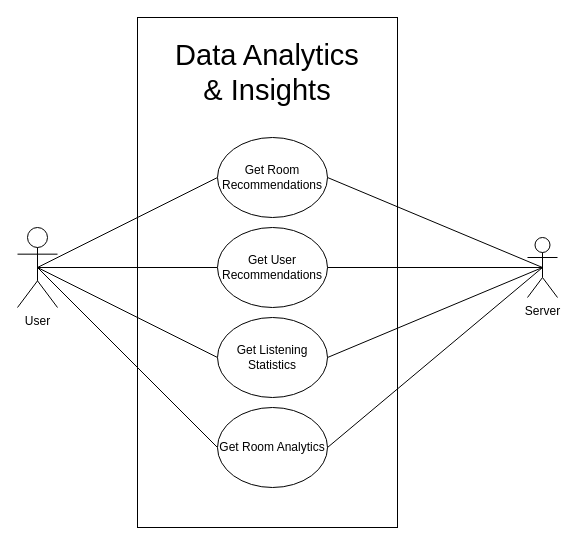
This is page "Data Analytics & Insights" (3 of 3) of documentation/UseCases.drawio from COS301-SE-2024/TuneIn, a draw.io file, before an edit. Source tidied: cells renumbered, new cells numbered last; positions are measured from the earlier drawing's top-left corner, leaving out a move shared by most shapes. Both pictures are drawn from the tidied source at 100%, with x=0, y=0 at pixel (17, 17).
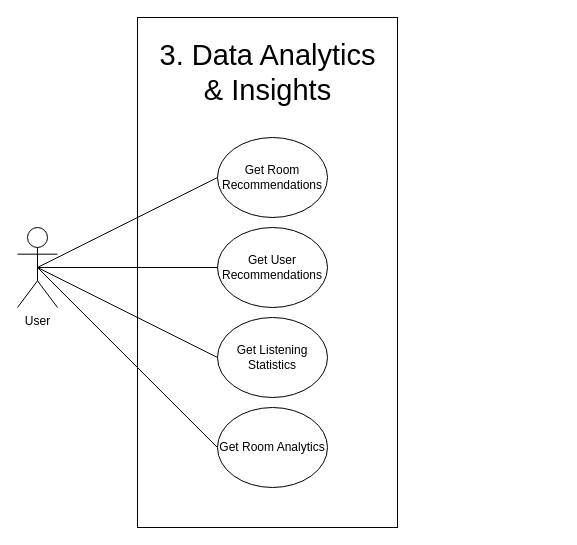
Above is the later version.

Diff of the diagram source:
```diff
@@
 <mxGraphModel>
   <root>
     <mxCell id="0" />
     <mxCell id="1" parent="0" />
     <mxCell id="2" style="rounded=0;whiteSpace=wrap;html=1;" parent="1" vertex="1">
       <mxGeometry x="120" width="260" height="510" as="geometry" />
     </mxCell>
-    <mxCell id="3" value="Data Analytics &amp;amp; Insights" style="text;html=1;align=center;verticalAlign=middle;whiteSpace=wrap;rounded=0;fontSize=29;" parent="1" vertex="1">
-      <mxGeometry x="145" y="10" width="210" height="90" as="geometry" />
+    <mxCell id="3" value="3. Data Analytics &amp;amp; Insights" style="text;html=1;align=center;verticalAlign=middle;whiteSpace=wrap;rounded=0;fontSize=29;" parent="1" vertex="1">
+      <mxGeometry x="137.5" y="10" width="225" height="90" as="geometry" />
     </mxCell>
     <mxCell id="4" style="rounded=0;jettySize=auto;html=1;exitX=0.5;exitY=0.5;exitDx=0;exitDy=0;exitPerimeter=0;entryX=0;entryY=0.5;entryDx=0;entryDy=0;endArrow=none;endFill=0;" parent="1" edge="1" source="8" target="11">
       <mxGeometry relative="1" as="geometry" />
     </mxCell>
     <mxCell id="5" style="rounded=0;jettySize=auto;html=1;exitX=0.5;exitY=0.5;exitDx=0;exitDy=0;exitPerimeter=0;entryX=0;entryY=0.5;entryDx=0;entryDy=0;endArrow=none;endFill=0;" parent="1" edge="1" source="8" target="12">
       <mxGeometry relative="1" as="geometry" />
     </mxCell>
     <mxCell id="6" style="rounded=0;jettySize=auto;html=1;exitX=0.5;exitY=0.5;exitDx=0;exitDy=0;exitPerimeter=0;entryX=0;entryY=0.5;entryDx=0;entryDy=0;endArrow=none;endFill=0;" parent="1" edge="1" source="8" target="10">
       <mxGeometry relative="1" as="geometry" />
     </mxCell>
     <mxCell id="7" style="rounded=0;jettySize=auto;html=1;exitX=0.5;exitY=0.5;exitDx=0;exitDy=0;exitPerimeter=0;entryX=0;entryY=0.5;entryDx=0;entryDy=0;endArrow=none;endFill=0;" parent="1" edge="1" source="8" target="9">
       <mxGeometry relative="1" as="geometry" />
     </mxCell>
     <mxCell id="8" value="User" style="shape=umlActor;verticalLabelPosition=bottom;verticalAlign=top;html=1;outlineConnect=0;" parent="1" vertex="1">
       <mxGeometry y="210" width="40" height="80" as="geometry" />
     </mxCell>
     <mxCell id="9" value="Get Room Analytics" style="ellipse;whiteSpace=wrap;html=1;" parent="1" vertex="1">
       <mxGeometry x="200" y="390" width="110" height="80" as="geometry" />
     </mxCell>
     <mxCell id="10" value="Get Listening Statistics" style="ellipse;whiteSpace=wrap;html=1;" parent="1" vertex="1">
       <mxGeometry x="200" y="300" width="110" height="80" as="geometry" />
     </mxCell>
     <mxCell id="11" value="Get User Recommendations" style="ellipse;whiteSpace=wrap;html=1;" parent="1" vertex="1">
       <mxGeometry x="200" y="210" width="110" height="80" as="geometry" />
     </mxCell>
     <mxCell id="12" value="Get Room Recommendations" style="ellipse;whiteSpace=wrap;html=1;" parent="1" vertex="1">
       <mxGeometry x="200" y="120" width="110" height="80" as="geometry" />
     </mxCell>
-    <mxCell id="13" style="rounded=0;jettySize=auto;html=1;exitX=0.5;exitY=0.5;exitDx=0;exitDy=0;exitPerimeter=0;entryX=1;entryY=0.5;entryDx=0;entryDy=0;endArrow=none;endFill=0;" parent="1" edge="1" source="17" target="12">
-      <mxGeometry relative="1" as="geometry" />
-    </mxCell>
-    <mxCell id="14" style="rounded=0;jettySize=auto;html=1;exitX=0.5;exitY=0.5;exitDx=0;exitDy=0;exitPerimeter=0;entryX=1;entryY=0.5;entryDx=0;entryDy=0;endArrow=none;endFill=0;" parent="1" edge="1" source="17" target="11">
-      <mxGeometry relative="1" as="geometry" />
-    </mxCell>
-    <mxCell id="15" style="rounded=0;jettySize=auto;html=1;exitX=0.5;exitY=0.5;exitDx=0;exitDy=0;exitPerimeter=0;entryX=1;entryY=0.5;entryDx=0;entryDy=0;endArrow=none;endFill=0;" parent="1" edge="1" source="17" target="10">
-      <mxGeometry relative="1" as="geometry" />
-    </mxCell>
-    <mxCell id="16" style="rounded=0;jettySize=auto;html=1;exitX=0.5;exitY=0.5;exitDx=0;exitDy=0;exitPerimeter=0;entryX=1;entryY=0.5;entryDx=0;entryDy=0;endArrow=none;endFill=0;" parent="1" edge="1" source="17" target="9">
-      <mxGeometry relative="1" as="geometry" />
-    </mxCell>
-    <mxCell id="17" value="Server" style="shape=umlActor;verticalLabelPosition=bottom;verticalAlign=top;html=1;outlineConnect=0;" parent="1" vertex="1">
-      <mxGeometry x="510" y="220" width="30" height="60" as="geometry" />
-    </mxCell>
   </root>
 </mxGraphModel>
```
